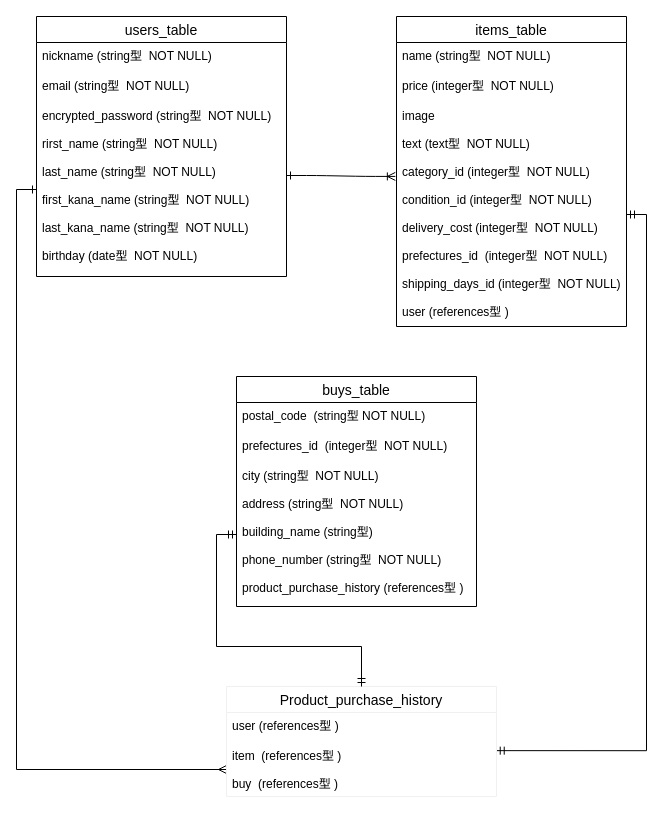
ko25252929/furima-33534 keeps this draw.io diagram as furima_data1.dio. Above is the earlier version. Source tidied: cells renumbered, new cells numbered last; positions are measured from the earlier drawing's top-left corner, leaving out a move shared by most shapes. Both pictures are drawn from the tidied source at 100%, with x=0, y=0 at pixel (36, 16).
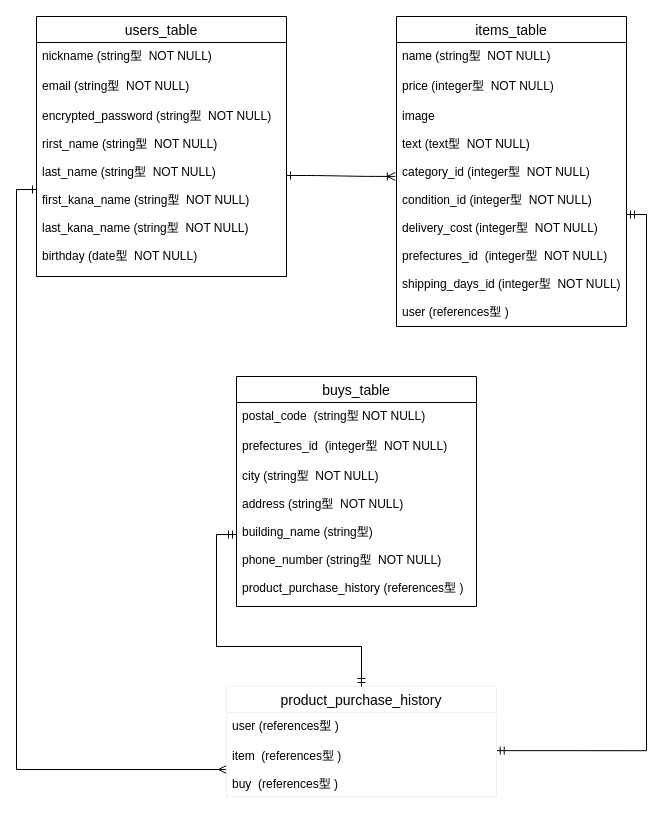
The same page after the edit.

The edit, as a diff of the source:
```diff
@@
-    <mxCell id="17" value="Product_purchase_history" style="swimlane;fontStyle=0;horizontal=1;startSize=26;align=center;fontSize=14;labelBackgroundColor=none;strokeColor=#f0f0f0;" parent="1" vertex="1">
+    <mxCell id="17" value="product_purchase_history" style="swimlane;fontStyle=0;horizontal=1;startSize=26;align=center;fontSize=14;labelBackgroundColor=none;strokeColor=#f0f0f0;" parent="1" vertex="1">
       <mxGeometry x="190" y="670" width="270" height="110" as="geometry" />
     </mxCell>
```
